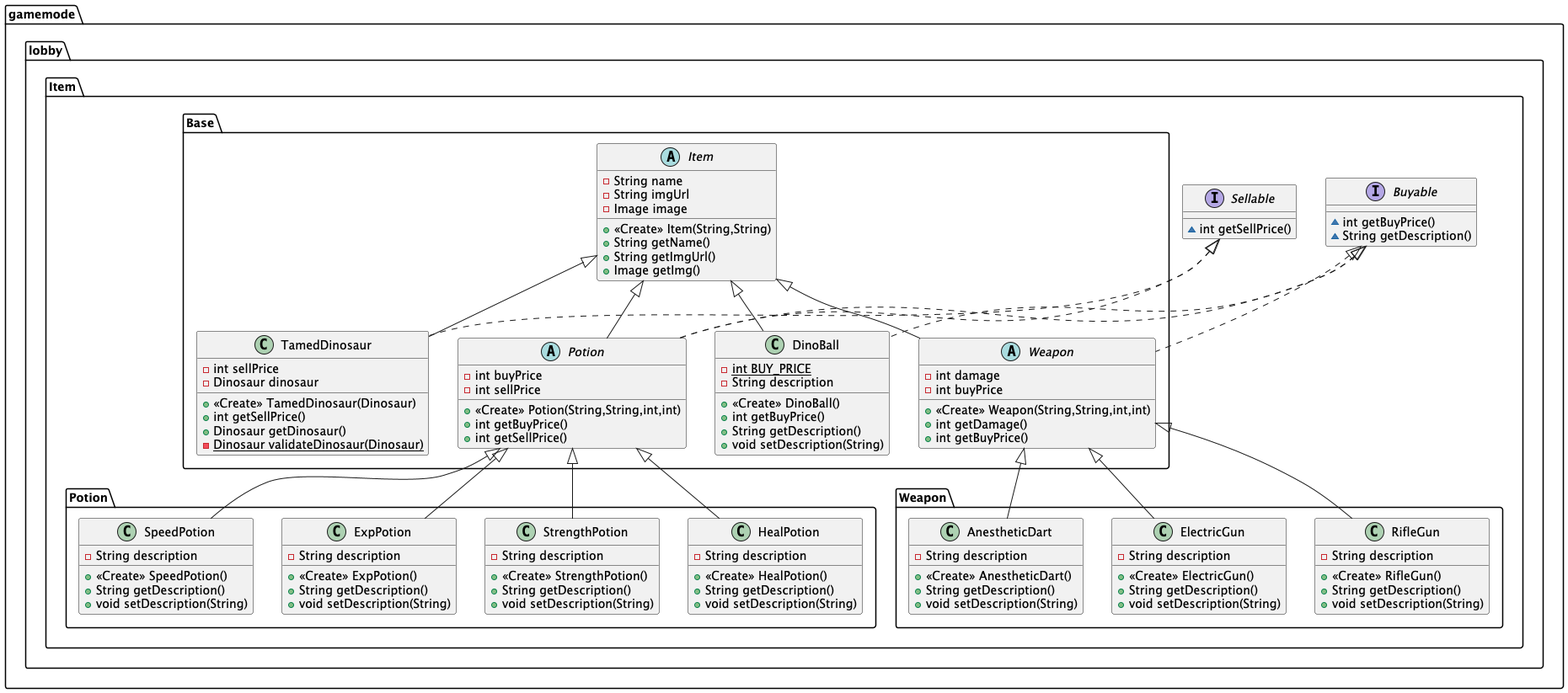
This is src/main/resources/uml/lobby1UML.png from usermenei/JurassicTae, a PlantUML export, as it was before one commit.
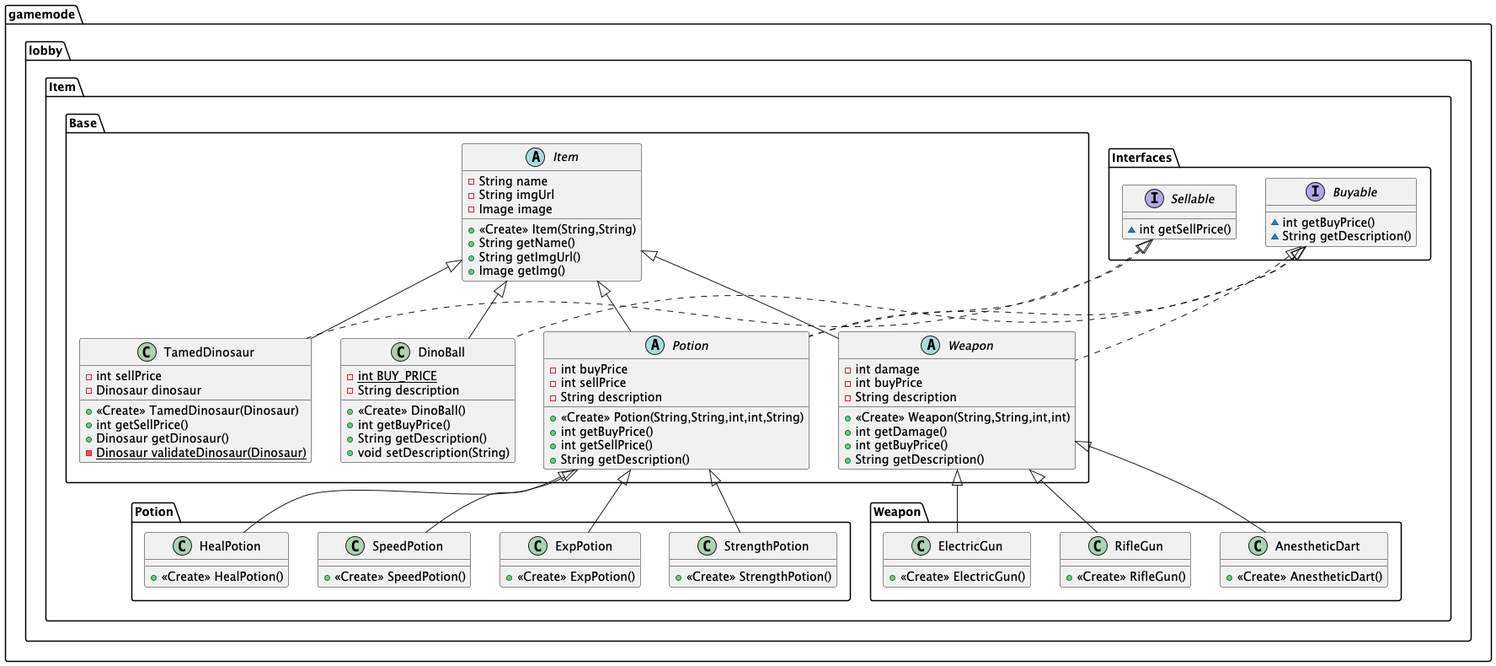
Later version of the same file.

What changed in the source:
```diff
@@ -2,60 +2,44 @@
 abstract class gamemode.lobby.Item.Base.Potion {
 - int buyPrice
 - int sellPrice
-+ <<Create>> Potion(String,String,int,int)
+- String description
++ <<Create>> Potion(String,String,int,int,String)
 + int getBuyPrice()
 + int getSellPrice()
++ String getDescription()
 }
 
 
 abstract class gamemode.lobby.Item.Base.Weapon {
 - int damage
 - int buyPrice
+- String description
 + <<Create>> Weapon(String,String,int,int)
 + int getDamage()
 + int getBuyPrice()
++ String getDescription()
 }
 
 
 class gamemode.lobby.Item.Weapon.ElectricGun {
-- String description
 + <<Create>> ElectricGun()
-+ String getDescription()
-+ void setDescription(String)
 }
 
-
 class gamemode.lobby.Item.Weapon.RifleGun {
-- String description
 + <<Create>> RifleGun()
-+ String getDescription()
-+ void setDescription(String)
 }
 
-
 class gamemode.lobby.Item.Potion.StrengthPotion {
-- String description
 + <<Create>> StrengthPotion()
-+ String getDescription()
-+ void setDescription(String)
 }
 
-
 class gamemode.lobby.Item.Potion.HealPotion {
-- String description
 + <<Create>> HealPotion()
-+ String getDescription()
-+ void setDescription(String)
 }
 
-
 class gamemode.lobby.Item.Weapon.AnestheticDart {
-- String description
 + <<Create>> AnestheticDart()
-+ String getDescription()
-+ void setDescription(String)
 }
-
 
 class gamemode.lobby.Item.Base.TamedDinosaur {
 - int sellPrice
@@ -67,19 +51,15 @@
 }
 
 
-interface gamemode.lobby.Item.Sellable {
+interface gamemode.lobby.Item.Interfaces.Sellable {
 ~ int getSellPrice()
 }
 
 class gamemode.lobby.Item.Potion.SpeedPotion {
-- String description
 + <<Create>> SpeedPotion()
-+ String getDescription()
-+ void setDescription(String)
 }
 
-
-interface gamemode.lobby.Item.Buyable {
+interface gamemode.lobby.Item.Interfaces.Buyable {
 ~ int getBuyPrice()
 ~ String getDescription()
 }
@@ -106,29 +86,25 @@
 
 
 class gamemode.lobby.Item.Potion.ExpPotion {
-- String description
 + <<Create>> ExpPotion()
-+ String getDescription()
-+ void setDescription(String)
 }
 
 
 
-
-gamemode.lobby.Item.Buyable <|.. gamemode.lobby.Item.Base.Potion
-gamemode.lobby.Item.Sellable <|.. gamemode.lobby.Item.Base.Potion
+gamemode.lobby.Item.Interfaces.Buyable <|.. gamemode.lobby.Item.Base.Potion
+gamemode.lobby.Item.Interfaces.Sellable <|.. gamemode.lobby.Item.Base.Potion
 gamemode.lobby.Item.Base.Item <|-- gamemode.lobby.Item.Base.Potion
-gamemode.lobby.Item.Buyable <|.. gamemode.lobby.Item.Base.Weapon
+gamemode.lobby.Item.Interfaces.Buyable <|.. gamemode.lobby.Item.Base.Weapon
 gamemode.lobby.Item.Base.Item <|-- gamemode.lobby.Item.Base.Weapon
 gamemode.lobby.Item.Base.Weapon <|-- gamemode.lobby.Item.Weapon.ElectricGun
 gamemode.lobby.Item.Base.Weapon <|-- gamemode.lobby.Item.Weapon.RifleGun
 gamemode.lobby.Item.Base.Potion <|-- gamemode.lobby.Item.Potion.StrengthPotion
 gamemode.lobby.Item.Base.Potion <|-- gamemode.lobby.Item.Potion.HealPotion
 gamemode.lobby.Item.Base.Weapon <|-- gamemode.lobby.Item.Weapon.AnestheticDart
-gamemode.lobby.Item.Sellable <|.. gamemode.lobby.Item.Base.TamedDinosaur
+gamemode.lobby.Item.Interfaces.Sellable <|.. gamemode.lobby.Item.Base.TamedDinosaur
 gamemode.lobby.Item.Base.Item <|-- gamemode.lobby.Item.Base.TamedDinosaur
 gamemode.lobby.Item.Base.Potion <|-- gamemode.lobby.Item.Potion.SpeedPotion
-gamemode.lobby.Item.Buyable <|.. gamemode.lobby.Item.Base.DinoBall
+gamemode.lobby.Item.Interfaces.Buyable <|.. gamemode.lobby.Item.Base.DinoBall
 gamemode.lobby.Item.Base.Item <|-- gamemode.lobby.Item.Base.DinoBall
 gamemode.lobby.Item.Base.Potion <|-- gamemode.lobby.Item.Potion.ExpPotion
 @enduml
```
